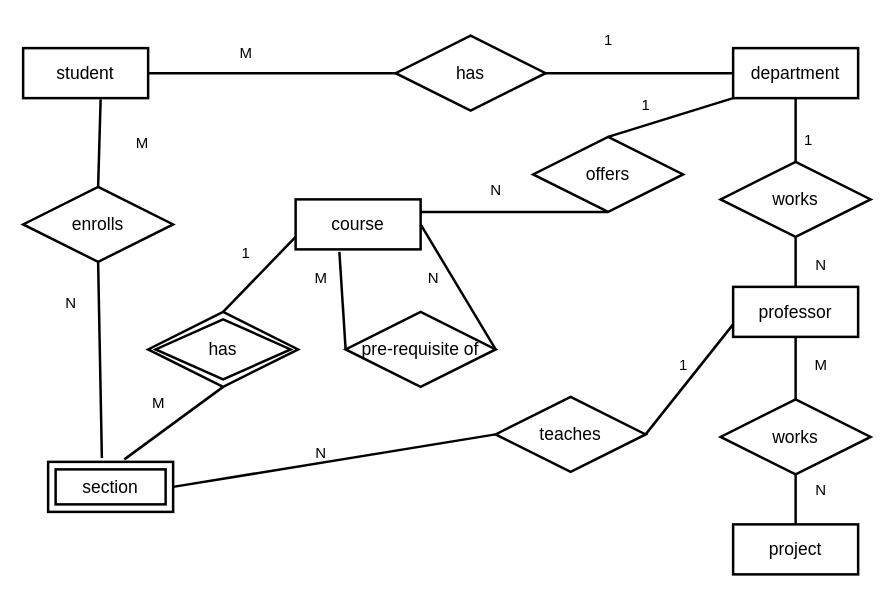
The draw.io diagram erd ecommerce.drawio in mzndnes/tic, before the edit. Source tidied: cells renumbered, new cells numbered last; positions are measured from the earlier drawing's top-left corner, leaving out a move shared by most shapes. Both pictures are drawn from the tidied source at 125%, with x=0, y=0 at pixel (22, 21).
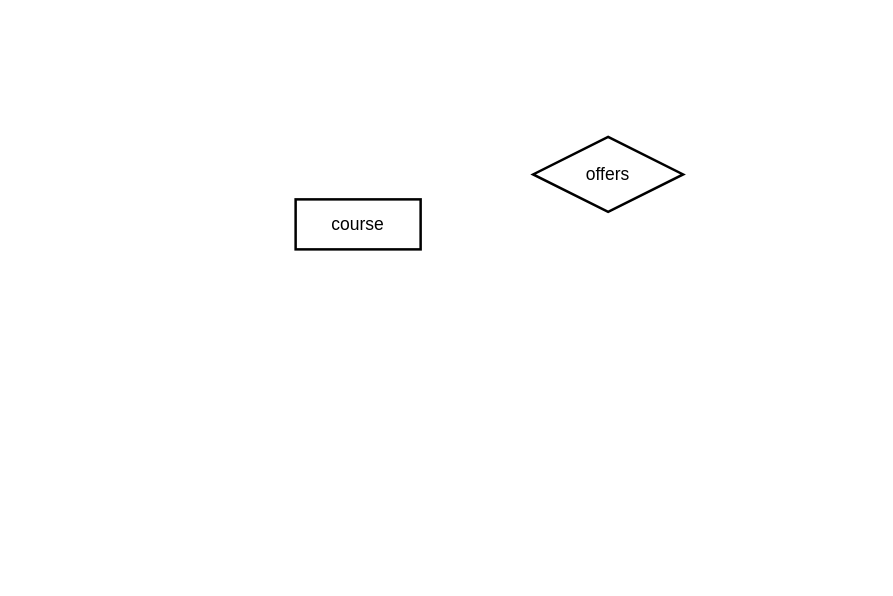
The same page after the edit.

The change refers to these unchanged cells:
```xml
<mxCell id="7" value="course" style="whiteSpace=wrap;html=1;align=center;fontSize=14;strokeWidth=2;" parent="1" vertex="1">
  <mxGeometry x="218" y="142" width="100" height="40" as="geometry" />
</mxCell>
<mxCell id="19" value="offers" style="shape=rhombus;perimeter=rhombusPerimeter;whiteSpace=wrap;html=1;align=center;strokeWidth=2;fontSize=14;" parent="1" vertex="1">
  <mxGeometry x="408" y="92" width="120" height="60" as="geometry" />
</mxCell>
```

What changed in the source:
```diff
@@
-    <mxCell id="2" value="student" style="whiteSpace=wrap;html=1;align=center;fontSize=14;strokeWidth=2;" parent="1" vertex="1">
-      <mxGeometry y="21" width="100" height="40" as="geometry" />
-    </mxCell>
-    <mxCell id="3" style="endArrow=none;html=1;rounded=0;exitX=1;exitY=0.5;exitDx=0;exitDy=0;strokeWidth=2;" parent="1" edge="1" source="5">
-      <mxGeometry relative="1" as="geometry">
-        <mxPoint x="358" y="40.5" as="targetPoint" />
-      </mxGeometry>
-    </mxCell>
-    <mxCell id="4" style="endArrow=none;html=1;rounded=0;exitX=1;exitY=0.5;exitDx=0;exitDy=0;strokeWidth=2;entryX=0;entryY=0.5;entryDx=0;entryDy=0;" parent="1" edge="1" source="2" target="5">
-      <mxGeometry relative="1" as="geometry" />
-    </mxCell>
-    <mxCell id="5" value="has" style="shape=rhombus;perimeter=rhombusPerimeter;whiteSpace=wrap;html=1;align=center;strokeWidth=2;fontSize=14;" parent="1" vertex="1">
-      <mxGeometry x="298" y="11" width="120" height="60" as="geometry" />
-    </mxCell>
-    <mxCell id="6" value="enrolls" style="shape=rhombus;perimeter=rhombusPerimeter;whiteSpace=wrap;html=1;align=center;strokeWidth=2;fontSize=14;" parent="1" vertex="1">
-      <mxGeometry y="132" width="120" height="60" as="geometry" />
-    </mxCell>
@@
-    <mxCell id="8" value="pre-requisite of" style="shape=rhombus;perimeter=rhombusPerimeter;whiteSpace=wrap;html=1;align=center;strokeWidth=2;fontSize=14;" parent="1" vertex="1">
-      <mxGeometry x="258" y="232" width="120" height="60" as="geometry" />
-    </mxCell>
-    <mxCell id="9" value="department" style="whiteSpace=wrap;html=1;align=center;fontSize=14;strokeWidth=2;" parent="1" vertex="1">
-      <mxGeometry x="568" y="21" width="100" height="40" as="geometry" />
-    </mxCell>
-    <mxCell id="10" value="professor" style="whiteSpace=wrap;html=1;align=center;fontSize=14;strokeWidth=2;" parent="1" vertex="1">
-      <mxGeometry x="568" y="212" width="100" height="40" as="geometry" />
-    </mxCell>
-    <mxCell id="11" value="project" style="whiteSpace=wrap;html=1;align=center;fontSize=14;strokeWidth=2;" parent="1" vertex="1">
-      <mxGeometry x="568" y="402" width="100" height="40" as="geometry" />
-    </mxCell>
-    <mxCell id="12" value="section" style="shape=ext;margin=3;double=1;whiteSpace=wrap;html=1;align=center;fontSize=14;strokeWidth=2;" parent="1" vertex="1">
-      <mxGeometry x="20" y="352" width="100" height="40" as="geometry" />
-    </mxCell>
-    <mxCell id="13" style="endArrow=none;html=1;rounded=0;exitX=0.5;exitY=0;exitDx=0;exitDy=0;strokeWidth=2;entryX=0.62;entryY=1.025;entryDx=0;entryDy=0;entryPerimeter=0;" parent="1" edge="1" source="6" target="2">
-      <mxGeometry relative="1" as="geometry" />
-    </mxCell>
-    <mxCell id="14" style="endArrow=none;html=1;rounded=0;exitX=0.43;exitY=-0.075;exitDx=0;exitDy=0;strokeWidth=2;entryX=0.5;entryY=1;entryDx=0;entryDy=0;exitPerimeter=0;" parent="1" edge="1" source="12" target="6">
-      <mxGeometry relative="1" as="geometry" />
-    </mxCell>
-    <mxCell id="15" style="endArrow=none;html=1;rounded=0;exitX=0.5;exitY=0;exitDx=0;exitDy=0;strokeWidth=2;entryX=0;entryY=0.75;entryDx=0;entryDy=0;" parent="1" edge="1" target="7">
-      <mxGeometry relative="1" as="geometry">
-        <mxPoint x="160" y="232" as="sourcePoint" />
-      </mxGeometry>
-    </mxCell>
-    <mxCell id="16" style="endArrow=none;html=1;rounded=0;exitX=0.61;exitY=-0.05;exitDx=0;exitDy=0;strokeWidth=2;entryX=0.5;entryY=1;entryDx=0;entryDy=0;exitPerimeter=0;" parent="1" edge="1" source="12">
-      <mxGeometry relative="1" as="geometry">
-        <mxPoint x="160" y="292" as="targetPoint" />
-      </mxGeometry>
-    </mxCell>
-    <mxCell id="17" style="endArrow=none;html=1;rounded=0;exitX=0.35;exitY=1.05;exitDx=0;exitDy=0;strokeWidth=2;entryX=0;entryY=0.5;entryDx=0;entryDy=0;exitPerimeter=0;" parent="1" edge="1" source="7" target="8">
-      <mxGeometry relative="1" as="geometry" />
-    </mxCell>
-    <mxCell id="18" style="endArrow=none;html=1;rounded=0;exitX=1;exitY=0.5;exitDx=0;exitDy=0;strokeWidth=2;entryX=1;entryY=0.5;entryDx=0;entryDy=0;" parent="1" edge="1" source="8" target="7">
-      <mxGeometry relative="1" as="geometry" />
-    </mxCell>
@@
-    <mxCell id="20" style="endArrow=none;html=1;rounded=0;exitX=0.5;exitY=0;exitDx=0;exitDy=0;strokeWidth=2;entryX=0;entryY=1;entryDx=0;entryDy=0;" parent="1" edge="1" source="19" target="9">
-      <mxGeometry relative="1" as="geometry" />
-    </mxCell>
-    <mxCell id="21" style="endArrow=none;html=1;rounded=0;exitX=1;exitY=0.25;exitDx=0;exitDy=0;strokeWidth=2;entryX=0.5;entryY=1;entryDx=0;entryDy=0;" parent="1" edge="1" source="7" target="19">
-      <mxGeometry relative="1" as="geometry" />
-    </mxCell>
-    <mxCell id="22" style="endArrow=none;html=1;rounded=0;exitX=1;exitY=0.5;exitDx=0;exitDy=0;strokeWidth=2;entryX=0;entryY=0.5;entryDx=0;entryDy=0;" parent="1" edge="1" source="5" target="9">
-      <mxGeometry relative="1" as="geometry" />
-    </mxCell>
-    <mxCell id="23" style="endArrow=none;html=1;rounded=0;exitX=0.5;exitY=0;exitDx=0;exitDy=0;strokeWidth=2;entryX=0.5;entryY=1;entryDx=0;entryDy=0;" parent="1" edge="1" source="24" target="9">
-      <mxGeometry relative="1" as="geometry" />
-    </mxCell>
-    <mxCell id="24" value="works" style="shape=rhombus;perimeter=rhombusPerimeter;whiteSpace=wrap;html=1;align=center;strokeWidth=2;fontSize=14;" parent="1" vertex="1">
-      <mxGeometry x="558" y="112" width="120" height="60" as="geometry" />
-    </mxCell>
-    <mxCell id="25" style="endArrow=none;html=1;rounded=0;strokeWidth=2;entryX=0.5;entryY=1;entryDx=0;entryDy=0;exitX=0.5;exitY=0;exitDx=0;exitDy=0;" parent="1" edge="1" source="10" target="24">
-      <mxGeometry relative="1" as="geometry" />
-    </mxCell>
-    <mxCell id="26" value="works" style="shape=rhombus;perimeter=rhombusPerimeter;whiteSpace=wrap;html=1;align=center;strokeWidth=2;fontSize=14;" parent="1" vertex="1">
-      <mxGeometry x="558" y="302" width="120" height="60" as="geometry" />
-    </mxCell>
-    <mxCell id="27" style="endArrow=none;html=1;rounded=0;exitX=0.5;exitY=0;exitDx=0;exitDy=0;strokeWidth=2;entryX=0.5;entryY=1;entryDx=0;entryDy=0;" parent="1" edge="1" source="26" target="10">
-      <mxGeometry relative="1" as="geometry" />
-    </mxCell>
-    <mxCell id="28" style="endArrow=none;html=1;rounded=0;exitX=0.5;exitY=0;exitDx=0;exitDy=0;strokeWidth=2;" parent="1" edge="1" source="11" target="26">
-      <mxGeometry relative="1" as="geometry" />
-    </mxCell>
-    <mxCell id="29" value="teaches" style="shape=rhombus;perimeter=rhombusPerimeter;whiteSpace=wrap;html=1;align=center;strokeWidth=2;fontSize=14;" parent="1" vertex="1">
-      <mxGeometry x="378" y="300" width="120" height="60" as="geometry" />
-    </mxCell>
-    <mxCell id="30" style="endArrow=none;html=1;rounded=0;exitX=0;exitY=0.75;exitDx=0;exitDy=0;strokeWidth=2;entryX=1;entryY=0.5;entryDx=0;entryDy=0;" parent="1" edge="1" source="10" target="29">
-      <mxGeometry relative="1" as="geometry" />
-    </mxCell>
-    <mxCell id="31" value="has" style="shape=rhombus;double=1;perimeter=rhombusPerimeter;whiteSpace=wrap;html=1;align=center;strokeWidth=2;fontSize=14;" parent="1" vertex="1">
-      <mxGeometry x="100" y="232" width="120" height="60" as="geometry" />
-    </mxCell>
-    <mxCell id="32" value="M" style="text;html=1;align=center;verticalAlign=middle;strokeColor=none;fillColor=none;" parent="1" vertex="1">
-      <mxGeometry x="80" y="82" width="30" height="30" as="geometry" />
-    </mxCell>
-    <mxCell id="33" value="N" style="text;html=1;align=center;verticalAlign=middle;strokeColor=none;fillColor=none;" parent="1" vertex="1">
-      <mxGeometry x="23" y="210" width="30" height="30" as="geometry" />
-    </mxCell>
-    <mxCell id="34" value="M" style="text;html=1;align=center;verticalAlign=middle;strokeColor=none;fillColor=none;" parent="1" vertex="1">
-      <mxGeometry x="163" y="10" width="30" height="30" as="geometry" />
-    </mxCell>
-    <mxCell id="35" value="1" style="text;html=1;align=center;verticalAlign=middle;strokeColor=none;fillColor=none;" parent="1" vertex="1">
-      <mxGeometry x="453" width="30" height="30" as="geometry" />
-    </mxCell>
-    <mxCell id="36" value="M" style="text;html=1;align=center;verticalAlign=middle;strokeColor=none;fillColor=none;" parent="1" vertex="1">
-      <mxGeometry x="93" y="290" width="30" height="30" as="geometry" />
-    </mxCell>
-    <mxCell id="37" value="1" style="text;html=1;align=center;verticalAlign=middle;strokeColor=none;fillColor=none;" parent="1" vertex="1">
-      <mxGeometry x="163" y="170" width="30" height="30" as="geometry" />
-    </mxCell>
-    <mxCell id="38" value="M" style="text;html=1;align=center;verticalAlign=middle;strokeColor=none;fillColor=none;" parent="1" vertex="1">
-      <mxGeometry x="223" y="190" width="30" height="30" as="geometry" />
-    </mxCell>
-    <mxCell id="39" value="N" style="text;html=1;align=center;verticalAlign=middle;strokeColor=none;fillColor=none;" parent="1" vertex="1">
-      <mxGeometry x="313" y="190" width="30" height="30" as="geometry" />
-    </mxCell>
-    <mxCell id="40" value="N" style="text;html=1;align=center;verticalAlign=middle;strokeColor=none;fillColor=none;" parent="1" vertex="1">
-      <mxGeometry x="363" y="120" width="30" height="30" as="geometry" />
-    </mxCell>
-    <mxCell id="41" value="1" style="text;html=1;align=center;verticalAlign=middle;strokeColor=none;fillColor=none;" parent="1" vertex="1">
-      <mxGeometry x="483" y="52" width="30" height="30" as="geometry" />
-    </mxCell>
-    <mxCell id="42" value="1" style="text;html=1;align=center;verticalAlign=middle;strokeColor=none;fillColor=none;" parent="1" vertex="1">
-      <mxGeometry x="613" y="80" width="30" height="30" as="geometry" />
-    </mxCell>
-    <mxCell id="43" value="N" style="text;html=1;align=center;verticalAlign=middle;strokeColor=none;fillColor=none;" parent="1" vertex="1">
-      <mxGeometry x="623" y="180" width="30" height="30" as="geometry" />
-    </mxCell>
-    <mxCell id="44" value="M" style="text;html=1;align=center;verticalAlign=middle;strokeColor=none;fillColor=none;" parent="1" vertex="1">
-      <mxGeometry x="623" y="260" width="30" height="30" as="geometry" />
-    </mxCell>
-    <mxCell id="45" value="N" style="text;html=1;align=center;verticalAlign=middle;strokeColor=none;fillColor=none;" parent="1" vertex="1">
-      <mxGeometry x="623" y="360" width="30" height="30" as="geometry" />
-    </mxCell>
-    <mxCell id="46" style="endArrow=none;html=1;rounded=0;exitX=0;exitY=0.5;exitDx=0;exitDy=0;strokeWidth=2;entryX=1;entryY=0.5;entryDx=0;entryDy=0;" parent="1" edge="1" source="29" target="12">
-      <mxGeometry relative="1" as="geometry" />
-    </mxCell>
-    <mxCell id="47" value="1" style="text;html=1;align=center;verticalAlign=middle;strokeColor=none;fillColor=none;" parent="1" vertex="1">
-      <mxGeometry x="513" y="260" width="30" height="30" as="geometry" />
-    </mxCell>
-    <mxCell id="48" value="N" style="text;html=1;align=center;verticalAlign=middle;strokeColor=none;fillColor=none;" parent="1" vertex="1">
-      <mxGeometry x="223" y="330" width="30" height="30" as="geometry" />
-    </mxCell>
```
